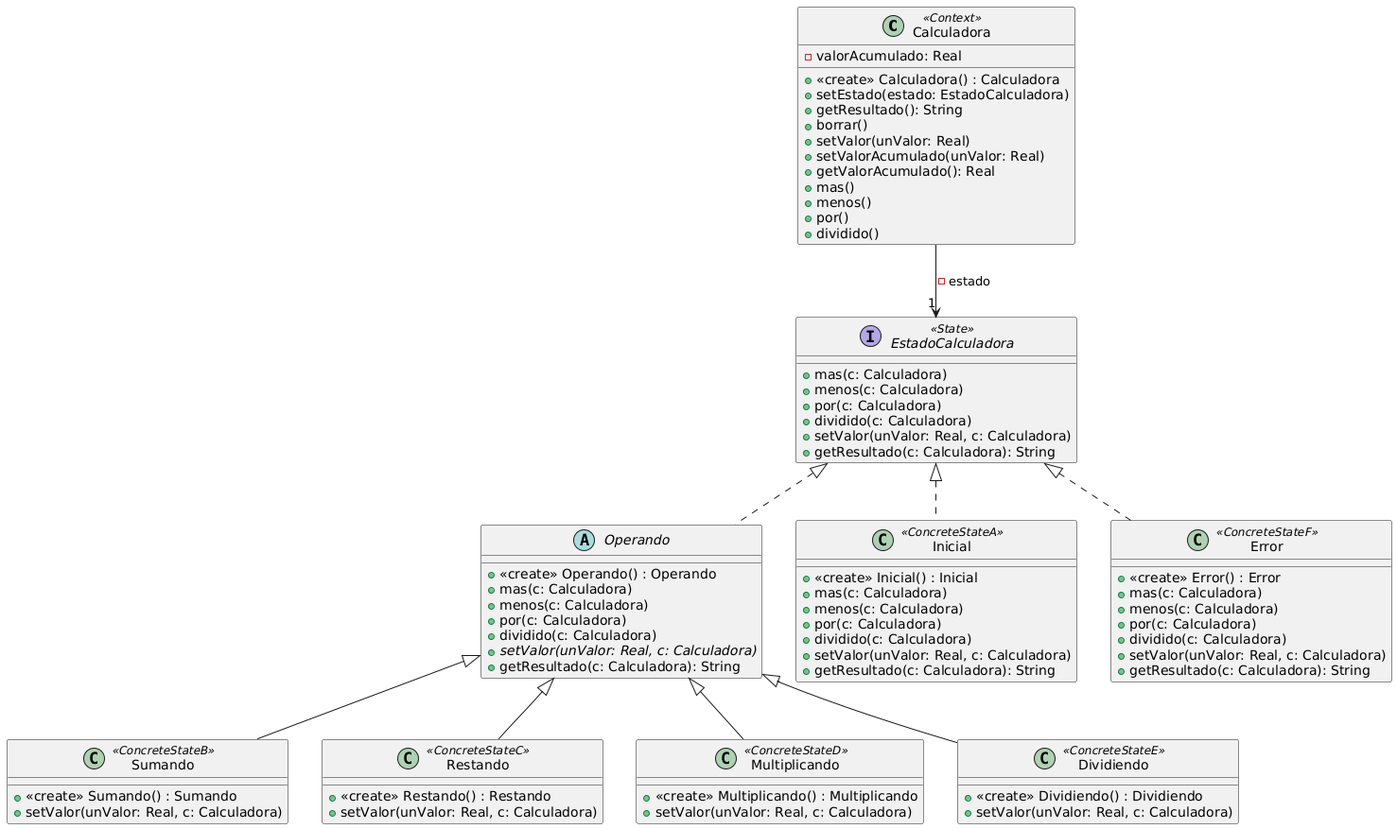
Earlier version of the PlantUML export UML/Patrones/Ejercicio07-UML.png (MatiasGuaymas/OO2).
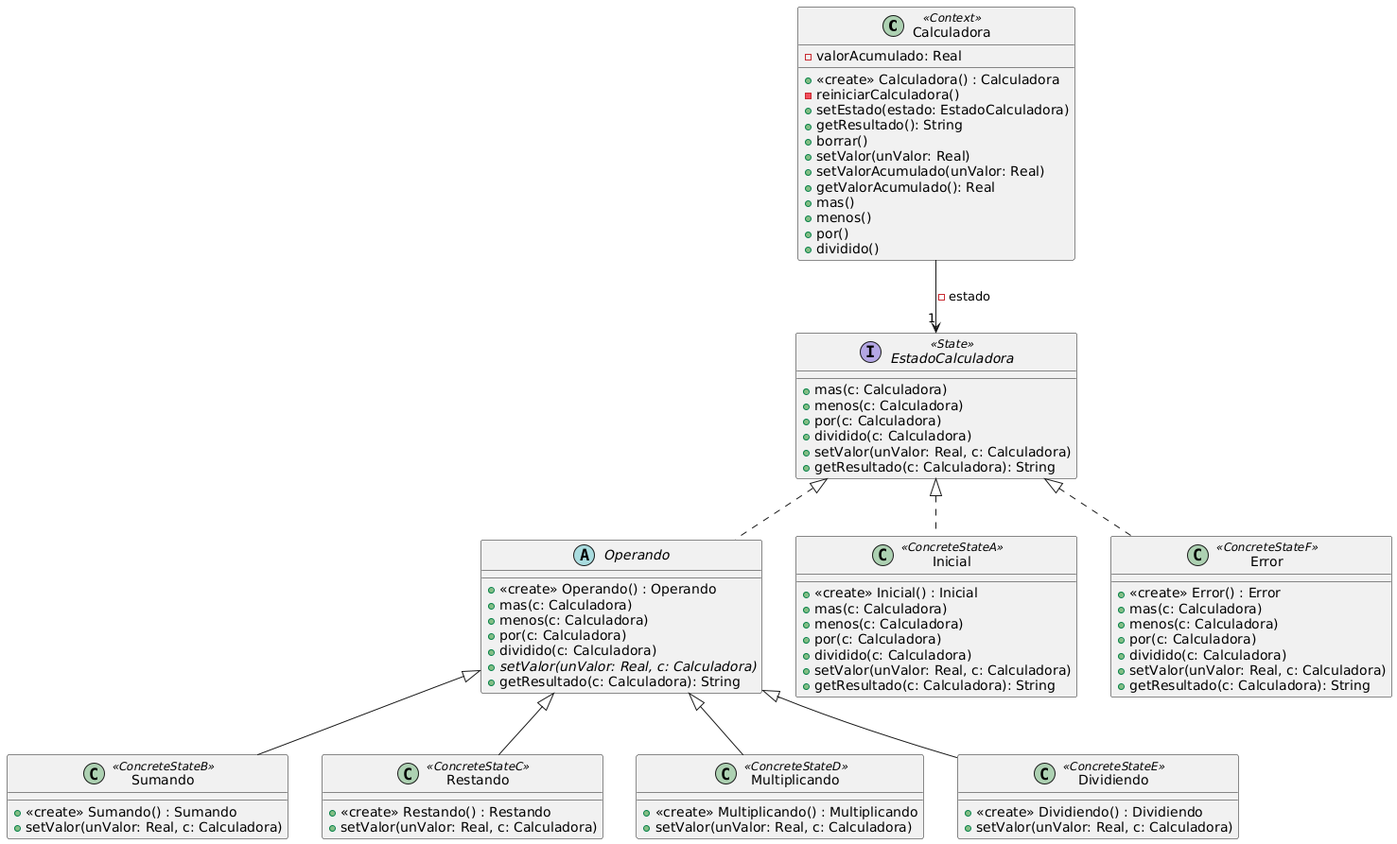
After the commit.

Commit message:
UML Ejercicios 7 y 8 - Patrones

Change to the diagram source:
```diff
@@ -2,6 +2,7 @@
 class Calculadora <<Context>> {
   -valorAcumulado: Real
   +<<create>> Calculadora() : Calculadora
+  -reiniciarCalculadora()
   +setEstado(estado: EstadoCalculadora)
   +getResultado(): String
   +borrar()
```
